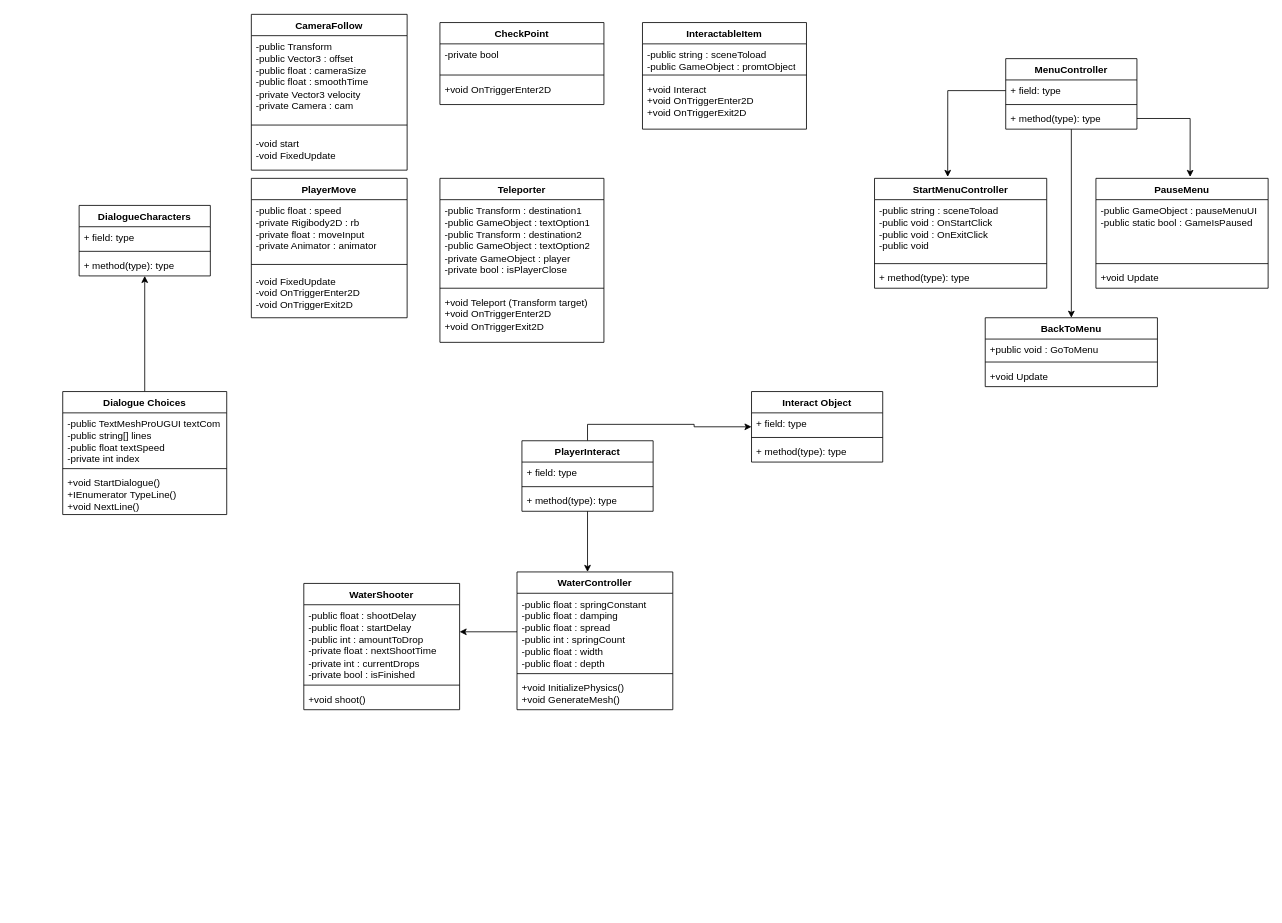
This is skibidi Diagram.drawio from Blindman2233/ForDiagram, a draw.io file, before an edit. Source tidied: cells renumbered, new cells numbered last; positions are measured from the earlier drawing's top-left corner, leaving out a move shared by most shapes. Both pictures are drawn from the tidied source at 82%, with x=0, y=0 at pixel (62, 14).
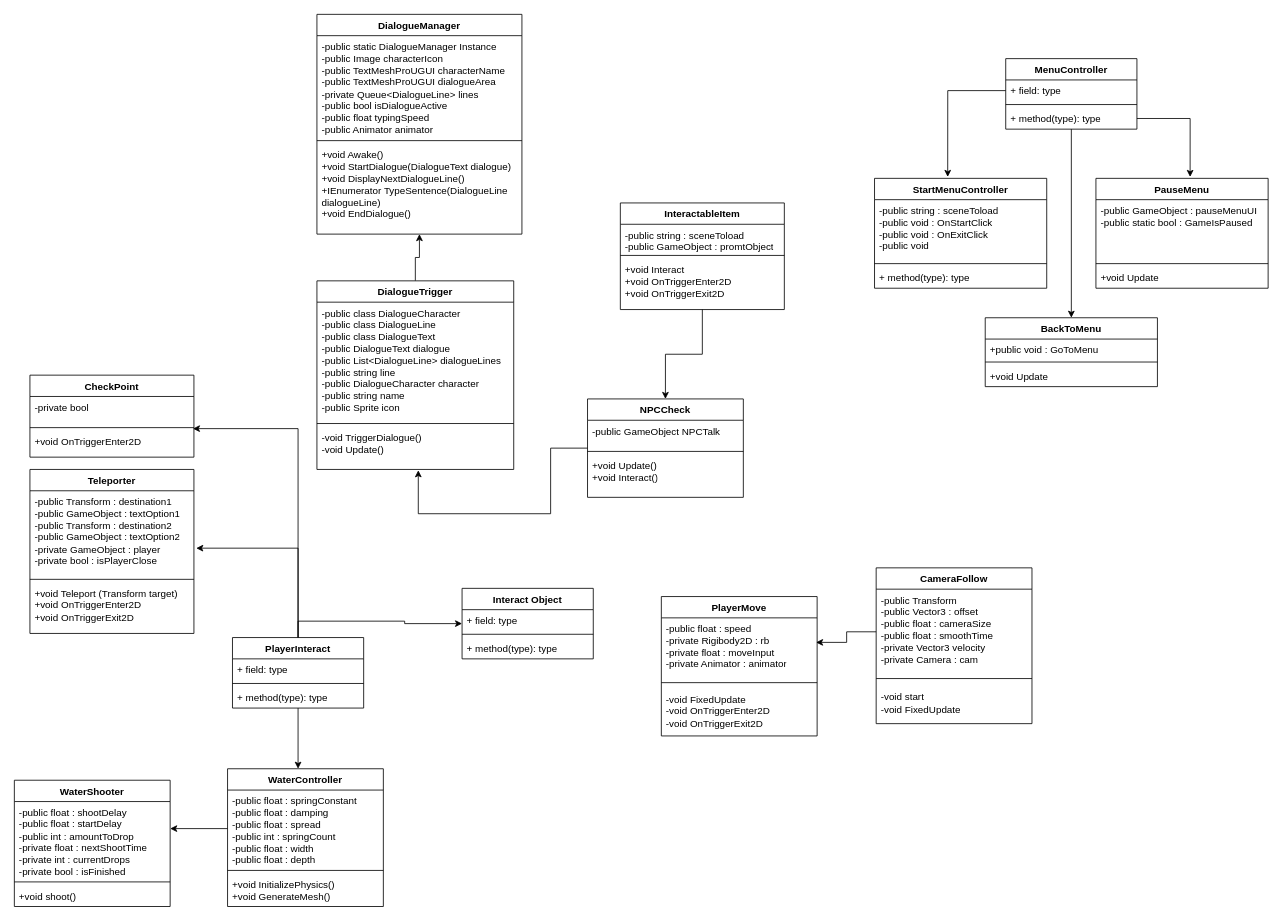
After the change.

Unchanged cells that the change refers to:
```xml
<mxCell id="31" value="-public float : speed&lt;div&gt;-private Rigibody2D : rb&lt;/div&gt;&lt;div&gt;-private float : moveInput&lt;/div&gt;&lt;div&gt;-private Animator : animator&lt;/div&gt;&lt;div&gt;&lt;br&gt;&lt;/div&gt;" style="text;strokeColor=none;fillColor=none;align=left;verticalAlign=top;spacingLeft=4;spacingRight=4;overflow=hidden;points=[[0,0.5],[1,0.5]];portConstraint=eastwest;whiteSpace=wrap;html=1;" parent="30" vertex="1">
  <mxGeometry y="26" width="190" height="74" as="geometry" />
</mxCell>
<mxCell id="35" value="&lt;div&gt;-public Transform : destination1&lt;/div&gt;&lt;div&gt;-public GameObject : textOption1&lt;/div&gt;&lt;div&gt;-public Transform : destination2&lt;/div&gt;&lt;div&gt;-public GameObject : textOption2&lt;/div&gt;&lt;div&gt;-private GameObject : player&lt;/div&gt;&lt;div&gt;-private bool : isPlayerClose&amp;nbsp;&lt;/div&gt;" style="text;strokeColor=none;fillColor=none;align=left;verticalAlign=top;spacingLeft=4;spacingRight=4;overflow=hidden;points=[[0,0.5],[1,0.5]];portConstraint=eastwest;whiteSpace=wrap;html=1;" parent="34" vertex="1">
  <mxGeometry y="26" width="200" height="104" as="geometry" />
</mxCell>
<mxCell id="41" value="+void OnTriggerEnter2D" style="text;strokeColor=none;fillColor=none;align=left;verticalAlign=top;spacingLeft=4;spacingRight=4;overflow=hidden;points=[[0,0.5],[1,0.5]];portConstraint=eastwest;whiteSpace=wrap;html=1;" parent="38" vertex="1">
  <mxGeometry y="68" width="200" height="32" as="geometry" />
</mxCell>
<mxCell id="47" value="-public Transform&lt;div&gt;-public Vector3 : offset&lt;/div&gt;&lt;div&gt;-public float : cameraSize&lt;/div&gt;&lt;div&gt;-public float : smoothTime&lt;/div&gt;&lt;div&gt;-private Vector3 velocity&lt;/div&gt;&lt;div&gt;-private Camera : cam&lt;/div&gt;" style="text;strokeColor=none;fillColor=none;align=left;verticalAlign=top;spacingLeft=4;spacingRight=4;overflow=hidden;points=[[0,0.5],[1,0.5]];portConstraint=eastwest;whiteSpace=wrap;html=1;" parent="46" vertex="1">
  <mxGeometry y="26" width="190" height="104" as="geometry" />
</mxCell>
```

Diff of the diagram source:
```diff
@@
     <mxCell id="2" value="WaterShooter" style="swimlane;fontStyle=1;align=center;verticalAlign=top;horizontal=1;startSize=26;whiteSpace=wrap;html=1;" parent="1" vertex="1">
-      <mxGeometry x="294" y="694" width="190" height="154" as="geometry" />
+      <mxGeometry x="-59" y="934" width="190" height="154" as="geometry" />
     </mxCell>
@@
     <mxCell id="6" style="edgeStyle=orthogonalEdgeStyle;rounded=0;jettySize=auto;html=1;" parent="1" edge="1" source="8" target="12">
       <mxGeometry relative="1" as="geometry">
         <Array as="points">
-          <mxPoint x="640" y="500" />
-          <mxPoint x="770" y="500" />
-          <mxPoint x="770" y="503" />
+          <mxPoint x="287" y="740" />
+          <mxPoint x="417" y="740" />
+          <mxPoint x="417" y="743" />
         </Array>
       </mxGeometry>
     </mxCell>
     <mxCell id="7" style="edgeStyle=orthogonalEdgeStyle;rounded=0;jettySize=auto;html=1;" parent="1" edge="1" source="8" target="20">
       <mxGeometry relative="1" as="geometry">
         <Array as="points">
-          <mxPoint x="640" y="680" />
-          <mxPoint x="640" y="680" />
+          <mxPoint x="287" y="920" />
+          <mxPoint x="287" y="920" />
         </Array>
       </mxGeometry>
     </mxCell>
     <mxCell id="8" value="PlayerInteract" style="swimlane;fontStyle=1;align=center;verticalAlign=top;horizontal=1;startSize=26;whiteSpace=wrap;html=1;" parent="1" vertex="1">
-      <mxGeometry x="560" y="520" width="160" height="86" as="geometry" />
+      <mxGeometry x="207" y="760" width="160" height="86" as="geometry" />
     </mxCell>
@@
     <mxCell id="12" value="Interact Object" style="swimlane;fontStyle=1;align=center;verticalAlign=top;horizontal=1;startSize=26;whiteSpace=wrap;html=1;" parent="1" vertex="1">
-      <mxGeometry x="840" y="460" width="160" height="86" as="geometry" />
+      <mxGeometry x="487" y="700" width="160" height="86" as="geometry" />
     </mxCell>
@@
-    <mxCell id="16" value="DialogueCharacters" style="swimlane;fontStyle=1;align=center;verticalAlign=top;horizontal=1;startSize=26;whiteSpace=wrap;html=1;" parent="1" vertex="1">
-      <mxGeometry x="20" y="233" width="160" height="86" as="geometry" />
+    <mxCell id="16" value="DialogueManager" style="swimlane;fontStyle=1;align=center;verticalAlign=top;horizontal=1;startSize=26;whiteSpace=wrap;html=1;" parent="1" vertex="1">
+      <mxGeometry x="310" width="250" height="268" as="geometry" />
     </mxCell>
-    <mxCell id="17" value="+ field: type" style="text;strokeColor=none;fillColor=none;align=left;verticalAlign=top;spacingLeft=4;spacingRight=4;overflow=hidden;whiteSpace=wrap;html=1;" parent="16" vertex="1">
-      <mxGeometry y="26" width="160" height="26" as="geometry" />
+    <mxCell id="17" value="&lt;div&gt;-public static DialogueManager Instance&lt;/div&gt;&lt;div&gt;&lt;span style=&quot;background-color: transparent; color: light-dark(rgb(0, 0, 0), rgb(255, 255, 255));&quot;&gt;-public Image characterIcon&lt;/span&gt;&lt;/div&gt;&lt;div&gt;-public TextMeshProUGUI characterName&lt;/div&gt;&lt;div&gt;-public TextMeshProUGUI dialogueArea&lt;/div&gt;&lt;div&gt;&lt;span style=&quot;background-color: transparent; color: light-dark(rgb(0, 0, 0), rgb(255, 255, 255));&quot;&gt;-private Queue&amp;lt;DialogueLine&amp;gt; lines&lt;/span&gt;&lt;/div&gt;&lt;div&gt;-public bool isDialogueActive&lt;/div&gt;&lt;div&gt;&lt;span style=&quot;background-color: transparent; color: light-dark(rgb(0, 0, 0), rgb(255, 255, 255));&quot;&gt;-public float typingSpeed&lt;/span&gt;&lt;/div&gt;&lt;div&gt;&lt;span style=&quot;background-color: transparent; color: light-dark(rgb(0, 0, 0), rgb(255, 255, 255));&quot;&gt;-public Animator animator&lt;/span&gt;&lt;/div&gt;" style="text;strokeColor=none;fillColor=none;align=left;verticalAlign=top;spacingLeft=4;spacingRight=4;overflow=hidden;whiteSpace=wrap;html=1;" parent="16" vertex="1">
+      <mxGeometry y="26" width="250" height="124" as="geometry" />
     </mxCell>
     <mxCell id="18" style="line;strokeWidth=1;fillColor=none;align=left;verticalAlign=middle;spacingTop=-1;spacingLeft=3;spacingRight=3;labelPosition=right;strokeColor=inherit;" parent="16" vertex="1">
-      <mxGeometry y="52" width="160" height="8" as="geometry" />
+      <mxGeometry y="150" width="250" height="8" as="geometry" />
     </mxCell>
-    <mxCell id="19" value="+ method(type): type" style="text;strokeColor=none;fillColor=none;align=left;verticalAlign=top;spacingLeft=4;spacingRight=4;overflow=hidden;whiteSpace=wrap;html=1;" parent="16" vertex="1">
-      <mxGeometry y="60" width="160" height="26" as="geometry" />
+    <mxCell id="19" value="+void Awake()&lt;div&gt;+void StartDialogue(DialogueText dialogue)&lt;/div&gt;&lt;div&gt;+void DisplayNextDialogueLine()&lt;/div&gt;&lt;div&gt;+IEnumerator TypeSentence(DialogueLine dialogueLine)&lt;/div&gt;&lt;div&gt;+void EndDialogue()&lt;/div&gt;&lt;div&gt;&lt;br&gt;&lt;/div&gt;" style="text;strokeColor=none;fillColor=none;align=left;verticalAlign=top;spacingLeft=4;spacingRight=4;overflow=hidden;whiteSpace=wrap;html=1;" parent="16" vertex="1">
+      <mxGeometry y="158" width="250" height="110" as="geometry" />
     </mxCell>
     <mxCell id="20" value="WaterController" style="swimlane;fontStyle=1;align=center;verticalAlign=top;horizontal=1;startSize=26;whiteSpace=wrap;html=1;" parent="1" vertex="1">
-      <mxGeometry x="554" y="680" width="190" height="168" as="geometry" />
+      <mxGeometry x="201" y="920" width="190" height="168" as="geometry" />
     </mxCell>
@@
-    <mxCell id="26" value="Dialogue Choices" style="swimlane;fontStyle=1;align=center;verticalAlign=top;horizontal=1;startSize=26;whiteSpace=wrap;html=1;" parent="1" vertex="1">
-      <mxGeometry y="460" width="200" height="150" as="geometry" />
+    <mxCell id="26" value="DialogueTrigger&lt;div&gt;&lt;br&gt;&lt;/div&gt;" style="swimlane;fontStyle=1;align=center;verticalAlign=top;horizontal=1;startSize=26;whiteSpace=wrap;html=1;" parent="1" vertex="1">
+      <mxGeometry x="310" y="325" width="240" height="230" as="geometry" />
     </mxCell>
-    <mxCell id="27" value="&lt;div&gt;-public TextMeshProUGUI textCom&lt;/div&gt;&lt;div&gt;-public string[] lines&lt;/div&gt;&lt;div&gt;-public float textSpeed&lt;/div&gt;&lt;div&gt;&lt;span style=&quot;background-color: transparent; color: light-dark(rgb(0, 0, 0), rgb(255, 255, 255));&quot;&gt;-private int index&lt;/span&gt;&lt;/div&gt;" style="text;strokeColor=none;fillColor=none;align=left;verticalAlign=top;spacingLeft=4;spacingRight=4;overflow=hidden;whiteSpace=wrap;html=1;" parent="26" vertex="1">
-      <mxGeometry y="26" width="200" height="64" as="geometry" />
+    <mxCell id="27" value="&lt;div&gt;-public class DialogueCharacter&lt;/div&gt;&lt;div&gt;-public class DialogueLine&lt;/div&gt;&lt;div&gt;-public class DialogueText&lt;/div&gt;&lt;div&gt;-public DialogueText dialogue&lt;/div&gt;&lt;div&gt;-public List&amp;lt;DialogueLine&amp;gt; dialogueLines&lt;/div&gt;&lt;div&gt;-public string line&lt;/div&gt;&lt;div&gt;-public DialogueCharacter character&lt;/div&gt;&lt;div&gt;-&lt;span style=&quot;background-color: transparent;&quot;&gt;public string name&lt;/span&gt;&lt;/div&gt;&lt;div&gt;-public Sprite icon&lt;/div&gt;" style="text;strokeColor=none;fillColor=none;align=left;verticalAlign=top;spacingLeft=4;spacingRight=4;overflow=hidden;whiteSpace=wrap;html=1;" parent="26" vertex="1">
+      <mxGeometry y="26" width="240" height="144" as="geometry" />
     </mxCell>
     <mxCell id="28" style="line;strokeWidth=1;fillColor=none;align=left;verticalAlign=middle;spacingTop=-1;spacingLeft=3;spacingRight=3;labelPosition=right;strokeColor=inherit;" parent="26" vertex="1">
-      <mxGeometry y="90" width="200" height="8" as="geometry" />
+      <mxGeometry y="170" width="240" height="8" as="geometry" />
     </mxCell>
-    <mxCell id="29" value="+void StartDialogue()&lt;div&gt;+IEnumerator TypeLine()&lt;/div&gt;&lt;div&gt;+void NextLine()&lt;/div&gt;" style="text;strokeColor=none;fillColor=none;align=left;verticalAlign=top;spacingLeft=4;spacingRight=4;overflow=hidden;points=[[0,0.5],[1,0.5]];portConstraint=eastwest;whiteSpace=wrap;html=1;" parent="26" vertex="1">
-      <mxGeometry y="98" width="200" height="52" as="geometry" />
+    <mxCell id="29" value="-void TriggerDialogue()&lt;div&gt;-void Update()&lt;/div&gt;" style="text;strokeColor=none;fillColor=none;align=left;verticalAlign=top;spacingLeft=4;spacingRight=4;overflow=hidden;points=[[0,0.5],[1,0.5]];portConstraint=eastwest;whiteSpace=wrap;html=1;" parent="26" vertex="1">
+      <mxGeometry y="178" width="240" height="52" as="geometry" />
     </mxCell>
     <mxCell id="30" value="PlayerMove" style="swimlane;fontStyle=1;align=center;verticalAlign=top;horizontal=1;startSize=26;whiteSpace=wrap;html=1;" parent="1" vertex="1">
-      <mxGeometry x="230" y="200" width="190" height="170" as="geometry" />
+      <mxGeometry x="730" y="710" width="190" height="170" as="geometry" />
     </mxCell>
@@
     <mxCell id="34" value="Teleporter" style="swimlane;fontStyle=1;align=center;verticalAlign=top;horizontal=1;startSize=26;whiteSpace=wrap;html=1;" parent="1" vertex="1">
-      <mxGeometry x="460" y="200" width="200" height="200" as="geometry" />
+      <mxGeometry x="-40" y="555" width="200" height="200" as="geometry" />
     </mxCell>
@@
     <mxCell id="38" value="CheckPoint" style="swimlane;fontStyle=1;align=center;verticalAlign=top;horizontal=1;startSize=26;whiteSpace=wrap;html=1;" parent="1" vertex="1">
-      <mxGeometry x="460" y="10" width="200" height="100" as="geometry" />
+      <mxGeometry x="-40" y="440" width="200" height="100" as="geometry" />
     </mxCell>
@@
+    <mxCell id="69" style="edgeStyle=orthogonalEdgeStyle;rounded=0;jettySize=auto;html=1;entryX=0.5;entryY=0;entryDx=0;entryDy=0;" parent="1" edge="1" source="42" target="70">
+      <mxGeometry relative="1" as="geometry" />
+    </mxCell>
     <mxCell id="42" value="InteractableItem" style="swimlane;fontStyle=1;align=center;verticalAlign=top;horizontal=1;startSize=26;whiteSpace=wrap;html=1;" parent="1" vertex="1">
-      <mxGeometry x="707" y="10" width="200" height="130" as="geometry" />
+      <mxGeometry x="680" y="230" width="200" height="130" as="geometry" />
     </mxCell>
@@
     <mxCell id="46" value="CameraFollow" style="swimlane;fontStyle=1;align=center;verticalAlign=top;horizontal=1;startSize=26;whiteSpace=wrap;html=1;" parent="1" vertex="1">
-      <mxGeometry x="230" width="190" height="190" as="geometry" />
+      <mxGeometry x="992" y="675" width="190" height="190" as="geometry" />
     </mxCell>
@@
+    <mxCell id="70" value="NPCCheck" style="swimlane;fontStyle=1;align=center;verticalAlign=top;horizontal=1;startSize=26;whiteSpace=wrap;html=1;" parent="1" vertex="1">
+      <mxGeometry x="640" y="469" width="190" height="120" as="geometry" />
+    </mxCell>
+    <mxCell id="71" value="-public GameObject NPCTalk" style="text;strokeColor=none;fillColor=none;align=left;verticalAlign=top;spacingLeft=4;spacingRight=4;overflow=hidden;whiteSpace=wrap;html=1;" parent="70" vertex="1">
+      <mxGeometry y="26" width="190" height="34" as="geometry" />
+    </mxCell>
+    <mxCell id="72" style="line;strokeWidth=1;fillColor=none;align=left;verticalAlign=middle;spacingTop=-1;spacingLeft=3;spacingRight=3;labelPosition=right;strokeColor=inherit;" parent="70" vertex="1">
+      <mxGeometry y="60" width="190" height="8" as="geometry" />
+    </mxCell>
+    <mxCell id="73" value="+void Update()&lt;div&gt;+void Interact()&lt;/div&gt;" style="text;strokeColor=none;fillColor=none;align=left;verticalAlign=top;spacingLeft=4;spacingRight=4;overflow=hidden;whiteSpace=wrap;html=1;" parent="70" vertex="1">
+      <mxGeometry y="68" width="190" height="52" as="geometry" />
+    </mxCell>
+    <mxCell id="74" style="edgeStyle=orthogonalEdgeStyle;rounded=0;jettySize=auto;html=1;entryX=0.515;entryY=1.019;entryDx=0;entryDy=0;entryPerimeter=0;" parent="1" edge="1" source="70" target="29">
+      <mxGeometry relative="1" as="geometry" />
+    </mxCell>
+    <mxCell id="75" style="edgeStyle=orthogonalEdgeStyle;rounded=0;jettySize=auto;html=1;entryX=0.993;entryY=0.404;entryDx=0;entryDy=0;entryPerimeter=0;" parent="1" edge="1" source="47" target="31">
+      <mxGeometry relative="1" as="geometry" />
+    </mxCell>
+    <mxCell id="76" style="edgeStyle=orthogonalEdgeStyle;rounded=0;jettySize=auto;html=1;entryX=1.014;entryY=0.673;entryDx=0;entryDy=0;entryPerimeter=0;" parent="1" edge="1" source="8" target="35">
+      <mxGeometry relative="1" as="geometry" />
+    </mxCell>
+    <mxCell id="77" style="edgeStyle=orthogonalEdgeStyle;rounded=0;jettySize=auto;html=1;entryX=0.994;entryY=-0.087;entryDx=0;entryDy=0;entryPerimeter=0;" parent="1" edge="1" source="8" target="41">
+      <mxGeometry relative="1" as="geometry" />
+    </mxCell>
```
